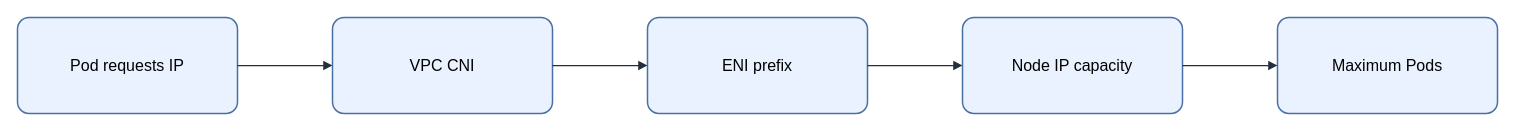
Before: assets/img/aws/eks-max-pods-prefix-mode.drawio in KKamJi98/kkamji98.github.io, a draw.io diagram. Source tidied: cells renumbered, new cells numbered last; positions are measured from the earlier drawing's top-left corner, leaving out a move shared by most shapes. Both pictures are drawn from the tidied source at 100%, with x=0, y=0 at pixel (17, 17).
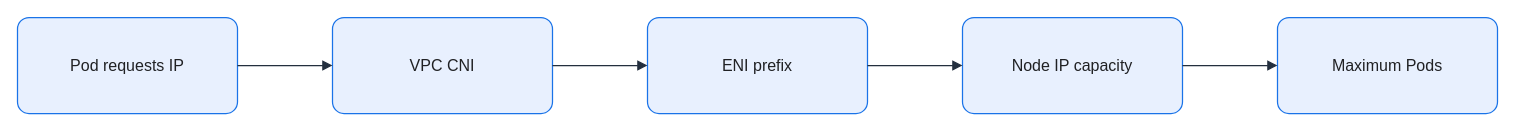
The same page after the edit.

The edit, as a diff of the source:
```diff
@@
 <mxGraphModel background="#FFFFFF">
   <root>
     <mxCell id="0" />
     <mxCell id="1" parent="0" />
-    <mxCell id="2" value="Pod requests IP" style="rounded=1;arcSize=12;whiteSpace=wrap;html=0;fillColor=#EAF2FF;strokeColor=#4A6FA5;strokeWidth=1.5;fontColor=#000000;fontSize=16;align=center;verticalAlign=middle;spacing=8;shadow=0;" parent="1" vertex="1">
+    <mxCell id="2" value="Pod requests IP" style="rounded=1;arcSize=12;whiteSpace=wrap;html=0;fillColor=#E8F0FE;strokeColor=#1A73E8;strokeWidth=1.25;fontColor=#202124;fontSize=16;align=center;verticalAlign=middle;spacing=8;shadow=0;" parent="1" vertex="1">
       <mxGeometry width="220" height="96" as="geometry" />
     </mxCell>
-    <mxCell id="3" value="VPC CNI" style="rounded=1;arcSize=12;whiteSpace=wrap;html=0;fillColor=#EAF2FF;strokeColor=#4A6FA5;strokeWidth=1.5;fontColor=#000000;fontSize=16;align=center;verticalAlign=middle;spacing=8;shadow=0;" parent="1" vertex="1">
+    <mxCell id="3" value="VPC CNI" style="rounded=1;arcSize=12;whiteSpace=wrap;html=0;fillColor=#E8F0FE;strokeColor=#1A73E8;strokeWidth=1.25;fontColor=#202124;fontSize=16;align=center;verticalAlign=middle;spacing=8;shadow=0;" parent="1" vertex="1">
       <mxGeometry x="315" width="220" height="96" as="geometry" />
     </mxCell>
-    <mxCell id="4" value="ENI prefix" style="rounded=1;arcSize=12;whiteSpace=wrap;html=0;fillColor=#EAF2FF;strokeColor=#4A6FA5;strokeWidth=1.5;fontColor=#000000;fontSize=16;align=center;verticalAlign=middle;spacing=8;shadow=0;" parent="1" vertex="1">
+    <mxCell id="4" value="ENI prefix" style="rounded=1;arcSize=12;whiteSpace=wrap;html=0;fillColor=#E8F0FE;strokeColor=#1A73E8;strokeWidth=1.25;fontColor=#202124;fontSize=16;align=center;verticalAlign=middle;spacing=8;shadow=0;" parent="1" vertex="1">
       <mxGeometry x="630" width="220" height="96" as="geometry" />
     </mxCell>
-    <mxCell id="5" value="Node IP capacity" style="rounded=1;arcSize=12;whiteSpace=wrap;html=0;fillColor=#EAF2FF;strokeColor=#4A6FA5;strokeWidth=1.5;fontColor=#000000;fontSize=16;align=center;verticalAlign=middle;spacing=8;shadow=0;" parent="1" vertex="1">
+    <mxCell id="5" value="Node IP capacity" style="rounded=1;arcSize=12;whiteSpace=wrap;html=0;fillColor=#E8F0FE;strokeColor=#1A73E8;strokeWidth=1.25;fontColor=#202124;fontSize=16;align=center;verticalAlign=middle;spacing=8;shadow=0;" parent="1" vertex="1">
       <mxGeometry x="945" width="220" height="96" as="geometry" />
     </mxCell>
-    <mxCell id="6" value="Maximum Pods" style="rounded=1;arcSize=12;whiteSpace=wrap;html=0;fillColor=#EAF2FF;strokeColor=#4A6FA5;strokeWidth=1.5;fontColor=#000000;fontSize=16;align=center;verticalAlign=middle;spacing=8;shadow=0;" parent="1" vertex="1">
+    <mxCell id="6" value="Maximum Pods" style="rounded=1;arcSize=12;whiteSpace=wrap;html=0;fillColor=#E8F0FE;strokeColor=#1A73E8;strokeWidth=1.25;fontColor=#202124;fontSize=16;align=center;verticalAlign=middle;spacing=8;shadow=0;" parent="1" vertex="1">
       <mxGeometry x="1260" width="220" height="96" as="geometry" />
     </mxCell>
-    <mxCell id="7" style="edgeStyle=orthogonalEdgeStyle;rounded=0;jettySize=auto;html=0;endArrow=block;endFill=1;strokeColor=#232F3E;strokeWidth=1.25;fontColor=#000000;labelBackgroundColor=none;exitX=1;exitY=0.5;exitDx=0;exitDy=0;entryX=0;entryY=0.5;entryDx=0;entryDy=0;" parent="1" edge="1" source="2" target="3">
+    <mxCell id="7" style="edgeStyle=orthogonalEdgeStyle;rounded=0;jettySize=auto;html=0;endArrow=block;endFill=1;strokeColor=#232F3E;strokeWidth=1.25;fontColor=#202124;labelBackgroundColor=none;exitX=1;exitY=0.5;exitDx=0;exitDy=0;entryX=0;entryY=0.5;entryDx=0;entryDy=0;endSize=7;" parent="1" edge="1" source="2" target="3">
       <mxGeometry relative="1" as="geometry" />
     </mxCell>
-    <mxCell id="8" style="edgeStyle=orthogonalEdgeStyle;rounded=0;jettySize=auto;html=0;endArrow=block;endFill=1;strokeColor=#232F3E;strokeWidth=1.25;fontColor=#000000;labelBackgroundColor=none;exitX=1;exitY=0.5;exitDx=0;exitDy=0;entryX=0;entryY=0.5;entryDx=0;entryDy=0;" parent="1" edge="1" source="3" target="4">
+    <mxCell id="8" style="edgeStyle=orthogonalEdgeStyle;rounded=0;jettySize=auto;html=0;endArrow=block;endFill=1;strokeColor=#232F3E;strokeWidth=1.25;fontColor=#202124;labelBackgroundColor=none;exitX=1;exitY=0.5;exitDx=0;exitDy=0;entryX=0;entryY=0.5;entryDx=0;entryDy=0;endSize=7;" parent="1" edge="1" source="3" target="4">
       <mxGeometry relative="1" as="geometry" />
     </mxCell>
-    <mxCell id="9" style="edgeStyle=orthogonalEdgeStyle;rounded=0;jettySize=auto;html=0;endArrow=block;endFill=1;strokeColor=#232F3E;strokeWidth=1.25;fontColor=#000000;labelBackgroundColor=none;exitX=1;exitY=0.5;exitDx=0;exitDy=0;entryX=0;entryY=0.5;entryDx=0;entryDy=0;" parent="1" edge="1" source="4" target="5">
+    <mxCell id="9" style="edgeStyle=orthogonalEdgeStyle;rounded=0;jettySize=auto;html=0;endArrow=block;endFill=1;strokeColor=#232F3E;strokeWidth=1.25;fontColor=#202124;labelBackgroundColor=none;exitX=1;exitY=0.5;exitDx=0;exitDy=0;entryX=0;entryY=0.5;entryDx=0;entryDy=0;endSize=7;" parent="1" edge="1" source="4" target="5">
       <mxGeometry relative="1" as="geometry" />
     </mxCell>
-    <mxCell id="10" style="edgeStyle=orthogonalEdgeStyle;rounded=0;jettySize=auto;html=0;endArrow=block;endFill=1;strokeColor=#232F3E;strokeWidth=1.25;fontColor=#000000;labelBackgroundColor=none;exitX=1;exitY=0.5;exitDx=0;exitDy=0;entryX=0;entryY=0.5;entryDx=0;entryDy=0;" parent="1" edge="1" source="5" target="6">
+    <mxCell id="10" style="edgeStyle=orthogonalEdgeStyle;rounded=0;jettySize=auto;html=0;endArrow=block;endFill=1;strokeColor=#232F3E;strokeWidth=1.25;fontColor=#202124;labelBackgroundColor=none;exitX=1;exitY=0.5;exitDx=0;exitDy=0;entryX=0;entryY=0.5;entryDx=0;entryDy=0;endSize=7;" parent="1" edge="1" source="5" target="6">
       <mxGeometry relative="1" as="geometry" />
     </mxCell>
   </root>
 </mxGraphModel>
```
